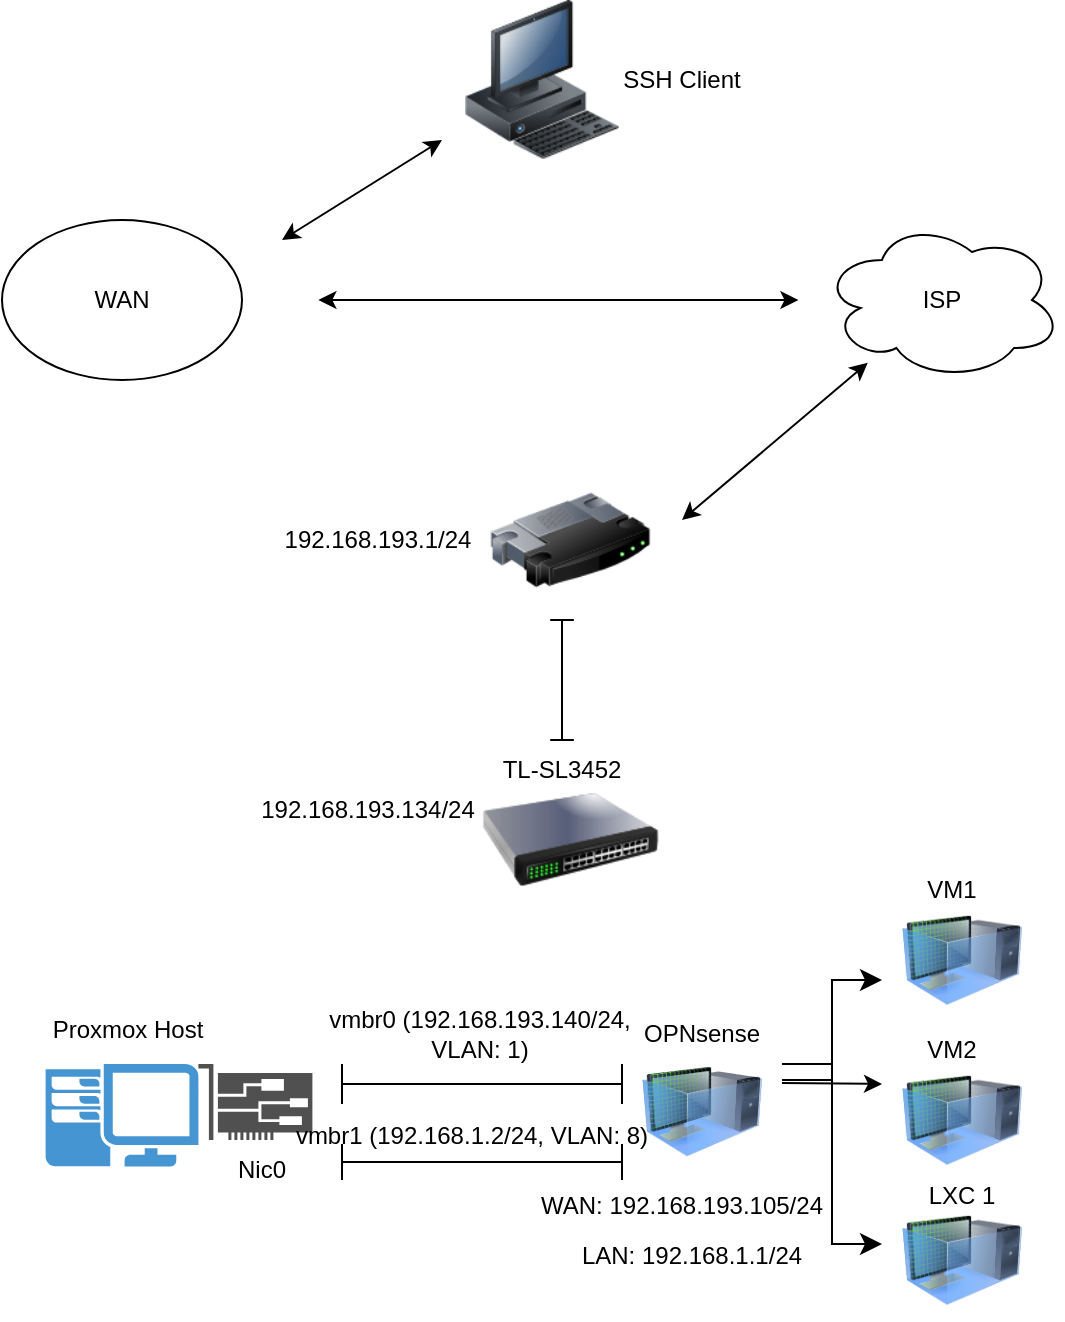
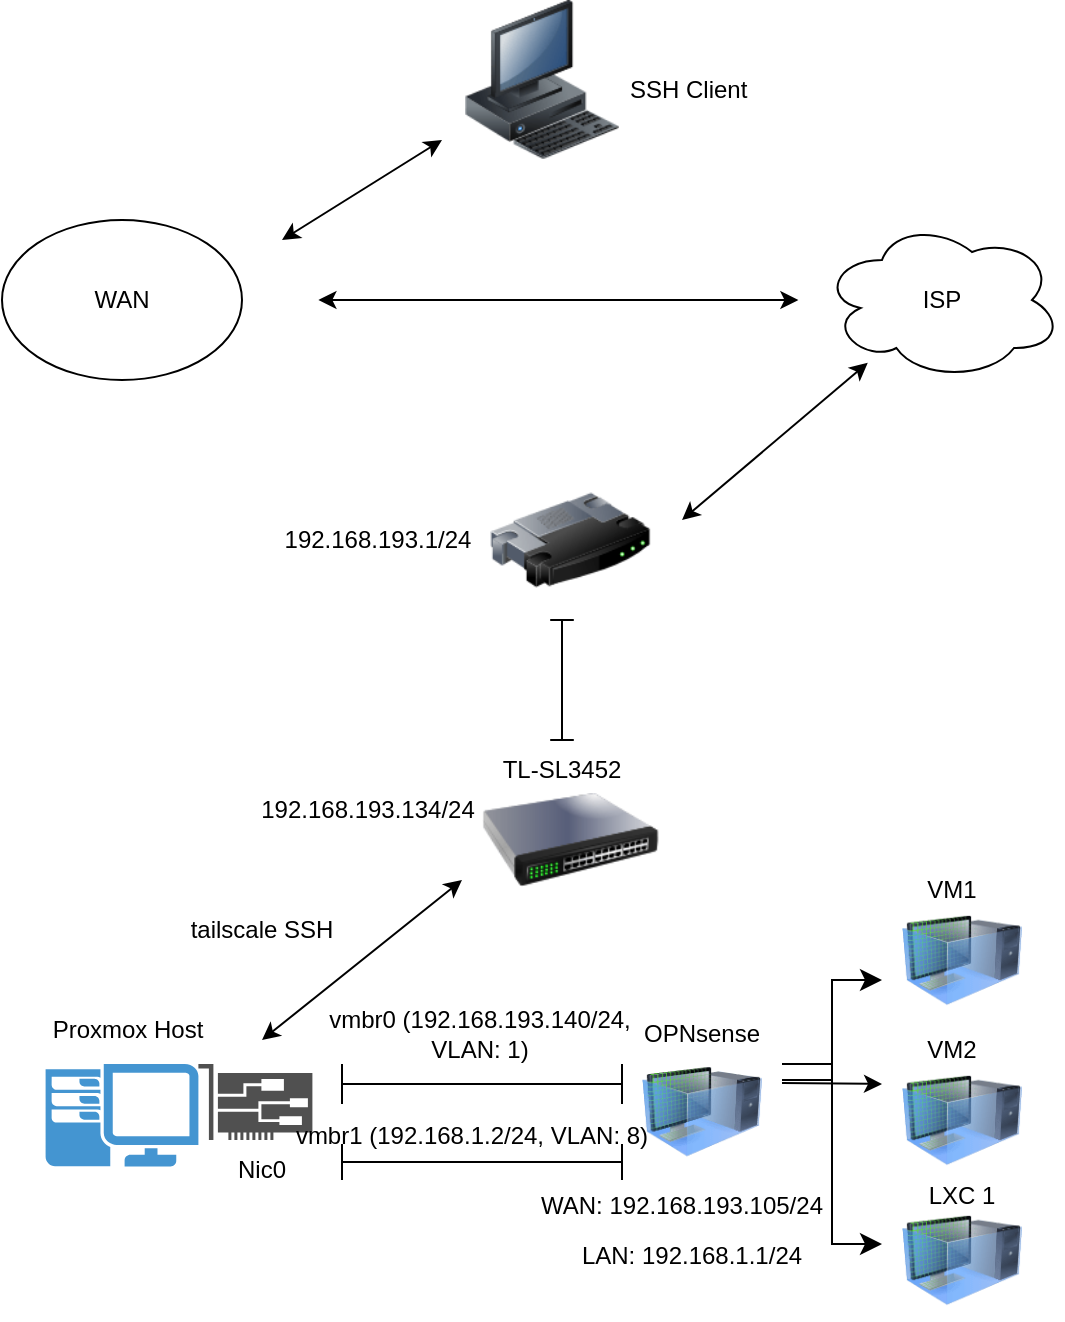
<mxfile host="app.diagrams.net">
  <diagram name="Page-1" id="zP4Ow8HyOkAsxJrq0pA5">
    <mxGraphModel dx="2054" dy="1183" grid="1" gridSize="10" guides="1" tooltips="1" connect="1" arrows="1" fold="1" page="1" pageScale="1" pageWidth="850" pageHeight="1100" math="0" shadow="0">
      <root>
        <mxCell id="0" />
        <mxCell id="1" parent="0" />
        <mxCell id="B65suDjGjgTJ9sO3S6Rg-1" parent="1" style="ellipse;whiteSpace=wrap;html=1;" value="WAN" vertex="1">
          <mxGeometry height="80" width="120" x="90" y="120" as="geometry" />
        </mxCell>
        <mxCell id="B65suDjGjgTJ9sO3S6Rg-2" parent="1" style="ellipse;shape=cloud;whiteSpace=wrap;html=1;" value="ISP" vertex="1">
          <mxGeometry height="80" width="120" x="500" y="120" as="geometry" />
        </mxCell>
        <mxCell id="B65suDjGjgTJ9sO3S6Rg-4" edge="1" parent="1" style="endArrow=classic;html=1;rounded=0;endFill=1;startArrow=classic;startFill=1;" value="">
          <mxGeometry height="50" relative="1" width="50" as="geometry">
            <mxPoint x="248.2" y="160" as="sourcePoint" />
            <mxPoint x="488.2" y="160" as="targetPoint" />
          </mxGeometry>
        </mxCell>
        <mxCell id="B65suDjGjgTJ9sO3S6Rg-5" parent="1" style="image;html=1;image=img/lib/clip_art/computers/Workstation_128x128.png" value="" vertex="1">
          <mxGeometry height="80" width="80" x="320" y="10" as="geometry" />
        </mxCell>
        <mxCell id="B65suDjGjgTJ9sO3S6Rg-6" parent="1" style="image;html=1;image=img/lib/clip_art/networking/Router_128x128.png" value="" vertex="1">
          <mxGeometry height="80" width="80" x="334.09999999999997" y="240" as="geometry" />
        </mxCell>
        <mxCell id="B65suDjGjgTJ9sO3S6Rg-7" parent="1" style="image;html=1;image=img/lib/clip_art/networking/Switch_128x128.png" value="" vertex="1">
          <mxGeometry height="80" width="88.2" x="330" y="390" as="geometry" />
        </mxCell>
        <mxCell id="B65suDjGjgTJ9sO3S6Rg-8" parent="1" style="pointerEvents=1;shadow=0;dashed=0;html=1;strokeColor=none;fillColor=#4495D1;labelPosition=center;verticalLabelPosition=bottom;verticalAlign=top;align=center;outlineConnect=0;shape=mxgraph.veeam.2d.workstation;" value="" vertex="1">
          <mxGeometry height="51.2" width="76.4" x="111.80000000000001" y="542" as="geometry" />
        </mxCell>
        <mxCell id="B65suDjGjgTJ9sO3S6Rg-9" parent="1" style="sketch=0;pointerEvents=1;shadow=0;dashed=0;html=1;strokeColor=none;fillColor=#505050;labelPosition=center;verticalLabelPosition=bottom;verticalAlign=top;outlineConnect=0;align=center;shape=mxgraph.office.devices.nic;" value="" vertex="1">
          <mxGeometry height="38" width="57" x="188.2" y="542" as="geometry" />
        </mxCell>
        <mxCell id="PM2nW5d5bkd0yUUsg2_K-1" parent="1" style="image;html=1;image=img/lib/clip_art/computers/Virtual_Machine_128x128.png" value="" vertex="1">
          <mxGeometry height="65" width="60" x="410" y="533.2" as="geometry" />
        </mxCell>
        <mxCell id="PM2nW5d5bkd0yUUsg2_K-2" parent="1" style="image;html=1;image=img/lib/clip_art/computers/Virtual_Machine_128x128.png" value="" vertex="1">
          <mxGeometry height="60" width="60" x="540" y="460" as="geometry" />
        </mxCell>
        <mxCell id="PM2nW5d5bkd0yUUsg2_K-3" parent="1" style="image;html=1;image=img/lib/clip_art/computers/Virtual_Machine_128x128.png" value="" vertex="1">
          <mxGeometry height="60" width="60" x="540" y="540" as="geometry" />
        </mxCell>
        <mxCell id="PM2nW5d5bkd0yUUsg2_K-4" parent="1" style="image;html=1;image=img/lib/clip_art/computers/Virtual_Machine_128x128.png" value="" vertex="1">
          <mxGeometry height="60" width="60" x="540" y="610" as="geometry" />
        </mxCell>
        <mxCell id="PM2nW5d5bkd0yUUsg2_K-5" parent="1" style="text;html=1;whiteSpace=wrap;strokeColor=none;fillColor=none;align=center;verticalAlign=middle;rounded=0;autosize=1;resizable=0;" value="TL-SL3452" vertex="1">
          <mxGeometry height="30" width="80" x="330" y="380" as="geometry" />
        </mxCell>
        <mxCell id="PM2nW5d5bkd0yUUsg2_K-6" parent="1" style="text;html=1;whiteSpace=wrap;strokeColor=none;fillColor=none;align=center;verticalAlign=middle;rounded=0;autosize=1;resizable=0;" value="192.168.193.134/24" vertex="1">
          <mxGeometry height="30" width="130" x="208.2" y="400" as="geometry" />
        </mxCell>
        <mxCell id="PM2nW5d5bkd0yUUsg2_K-7" parent="1" style="text;html=1;whiteSpace=wrap;strokeColor=none;fillColor=none;align=center;verticalAlign=middle;rounded=0;autosize=1;resizable=0;" value="Proxmox Host" vertex="1">
          <mxGeometry height="30" width="100" x="103.4" y="510" as="geometry" />
        </mxCell>
        <mxCell id="PM2nW5d5bkd0yUUsg2_K-8" edge="1" parent="1" style="endArrow=classic;html=1;rounded=0;endFill=1;startArrow=classic;startFill=1;" target="B65suDjGjgTJ9sO3S6Rg-2" value="">
          <mxGeometry height="50" relative="1" width="50" as="geometry">
            <mxPoint x="430" y="270" as="sourcePoint" />
            <mxPoint x="710" y="260" as="targetPoint" />
          </mxGeometry>
        </mxCell>
        <mxCell id="PM2nW5d5bkd0yUUsg2_K-9" parent="1" style="text;html=1;whiteSpace=wrap;strokeColor=none;fillColor=none;align=center;verticalAlign=middle;rounded=0;autosize=1;resizable=0;" value="192.168.193.1/24" vertex="1">
          <mxGeometry height="30" width="120" x="218.2" y="265" as="geometry" />
        </mxCell>
        <mxCell id="PM2nW5d5bkd0yUUsg2_K-10" parent="1" style="shape=crossbar;whiteSpace=wrap;html=1;rounded=1;direction=south;" value="" vertex="1">
          <mxGeometry height="60" width="11.8" x="364.09999999999997" y="320" as="geometry" />
        </mxCell>
        <mxCell id="PM2nW5d5bkd0yUUsg2_K-13" parent="1" style="shape=crossbar;whiteSpace=wrap;html=1;rounded=1;" value="" vertex="1">
          <mxGeometry height="20" width="140" x="260" y="542" as="geometry" />
        </mxCell>
        <mxCell id="PM2nW5d5bkd0yUUsg2_K-14" parent="1" style="shape=crossbar;whiteSpace=wrap;html=1;rounded=1;" value="" vertex="1">
          <mxGeometry height="18" width="140" x="260" y="582" as="geometry" />
        </mxCell>
        <mxCell id="PM2nW5d5bkd0yUUsg2_K-15" parent="1" style="text;html=1;whiteSpace=wrap;strokeColor=none;fillColor=none;align=center;verticalAlign=middle;rounded=0;autosize=1;resizable=0;" value="vmbr0 (192.168.193.140/24,&lt;br&gt;VLAN: 1)" vertex="1">
          <mxGeometry height="40" width="170" x="244.10000000000002" y="507" as="geometry" />
        </mxCell>
        <mxCell id="PM2nW5d5bkd0yUUsg2_K-16" parent="1" style="text;html=1;whiteSpace=wrap;strokeColor=none;fillColor=none;align=center;verticalAlign=middle;rounded=0;autosize=1;resizable=0;" value="vmbr1 (192.168.1.2/24, VLAN: 8)" vertex="1">
          <mxGeometry height="30" width="200" x="225.10000000000002" y="563.2" as="geometry" />
        </mxCell>
        <mxCell id="PM2nW5d5bkd0yUUsg2_K-17" parent="1" style="text;html=1;whiteSpace=wrap;strokeColor=none;fillColor=none;align=center;verticalAlign=middle;rounded=0;autosize=1;resizable=0;" value="Nic0" vertex="1">
          <mxGeometry height="30" width="50" x="195.20000000000002" y="580" as="geometry" />
        </mxCell>
        <mxCell id="PM2nW5d5bkd0yUUsg2_K-19" edge="1" parent="1" style="edgeStyle=elbowEdgeStyle;elbow=horizontal;endArrow=classic;html=1;curved=0;rounded=0;endSize=8;startSize=8;" value="">
          <mxGeometry height="50" relative="1" width="50" as="geometry">
            <Array as="points">
              <mxPoint x="505" y="542" />
            </Array>
            <mxPoint x="480" y="550" as="sourcePoint" />
            <mxPoint x="530" y="500" as="targetPoint" />
          </mxGeometry>
        </mxCell>
        <mxCell id="PM2nW5d5bkd0yUUsg2_K-21" edge="1" parent="1" style="endArrow=classic;html=1;rounded=0;" value="">
          <mxGeometry height="50" relative="1" width="50" as="geometry">
            <mxPoint x="480" y="551.5" as="sourcePoint" />
            <mxPoint x="530" y="552" as="targetPoint" />
          </mxGeometry>
        </mxCell>
        <mxCell id="PM2nW5d5bkd0yUUsg2_K-22" edge="1" parent="1" style="edgeStyle=elbowEdgeStyle;elbow=horizontal;endArrow=classic;html=1;curved=0;rounded=0;endSize=8;startSize=8;" value="">
          <mxGeometry height="50" relative="1" width="50" as="geometry">
            <Array as="points" />
            <mxPoint x="480" y="542" as="sourcePoint" />
            <mxPoint x="530" y="632" as="targetPoint" />
          </mxGeometry>
        </mxCell>
        <mxCell id="PM2nW5d5bkd0yUUsg2_K-24" parent="1" style="text;html=1;whiteSpace=wrap;strokeColor=none;fillColor=none;align=center;verticalAlign=middle;rounded=0;autosize=1;resizable=0;" value="VM1" vertex="1">
          <mxGeometry height="30" width="50" x="540" y="440" as="geometry" />
        </mxCell>
        <mxCell id="PM2nW5d5bkd0yUUsg2_K-26" parent="1" style="text;html=1;whiteSpace=wrap;strokeColor=none;fillColor=none;align=center;verticalAlign=middle;rounded=0;autosize=1;resizable=0;" value="LXC 1" vertex="1">
          <mxGeometry height="30" width="60" x="540" y="593.2" as="geometry" />
        </mxCell>
        <mxCell id="PM2nW5d5bkd0yUUsg2_K-27" parent="1" style="text;html=1;whiteSpace=wrap;strokeColor=none;fillColor=none;align=center;verticalAlign=middle;rounded=0;autosize=1;resizable=0;" value="VM2" vertex="1">
          <mxGeometry height="30" width="50" x="540" y="520" as="geometry" />
        </mxCell>
-         <mxCell id="PM2nW5d5bkd0yUUsg2_K-28" parent="1" style="text;html=1;whiteSpace=wrap;strokeColor=none;fillColor=none;align=center;verticalAlign=middle;rounded=0;autosize=1;resizable=0;" value="SSH Client" vertex="1">
-           <mxGeometry height="30" width="80" x="390" y="35" as="geometry" />
+         <mxCell id="PM2nW5d5bkd0yUUsg2_K-28" parent="1" style="text;html=1;whiteSpace=wrap;strokeColor=none;fillColor=none;align=center;verticalAlign=middle;rounded=0;autosize=1;resizable=0;" value="SSH Client&amp;nbsp;" vertex="1">
+           <mxGeometry height="30" width="90" x="390" y="40" as="geometry" />
        </mxCell>
        <mxCell id="PM2nW5d5bkd0yUUsg2_K-30" edge="1" parent="1" style="endArrow=classic;startArrow=classic;html=1;rounded=0;" value="">
          <mxGeometry height="50" relative="1" width="50" as="geometry">
            <Array as="points" />
            <mxPoint x="230" y="130" as="sourcePoint" />
            <mxPoint x="310" y="80" as="targetPoint" />
          </mxGeometry>
        </mxCell>
        <mxCell id="kem1zRPGPsAIqGzyxt5z-1" parent="1" style="text;html=1;whiteSpace=wrap;strokeColor=none;fillColor=none;align=center;verticalAlign=middle;rounded=0;autosize=1;resizable=0;" value="OPNsense" vertex="1">
          <mxGeometry height="30" width="80" x="400" y="512" as="geometry" />
        </mxCell>
        <mxCell id="kem1zRPGPsAIqGzyxt5z-2" parent="1" style="text;html=1;whiteSpace=wrap;strokeColor=none;fillColor=none;align=center;verticalAlign=middle;rounded=0;autosize=1;resizable=0;" value="WAN: 192.168.193.105/24" vertex="1">
          <mxGeometry height="30" width="160" x="350" y="598.2" as="geometry" />
        </mxCell>
        <mxCell id="kem1zRPGPsAIqGzyxt5z-3" parent="1" style="text;html=1;whiteSpace=wrap;strokeColor=none;fillColor=none;align=center;verticalAlign=middle;rounded=0;autosize=1;resizable=0;" value="LAN: 192.168.1.1/24" vertex="1">
          <mxGeometry height="30" width="130" x="370" y="623.2" as="geometry" />
        </mxCell>
+         <mxCell id="kem1zRPGPsAIqGzyxt5z-8" edge="1" parent="1" style="endArrow=classic;html=1;rounded=0;startArrow=classic;startFill=1;endFill=1;" value="">
+           <mxGeometry height="50" relative="1" width="50" as="geometry">
+             <mxPoint x="220" y="530" as="sourcePoint" />
+             <mxPoint x="320" y="450" as="targetPoint" />
+           </mxGeometry>
+         </mxCell>
+         <mxCell id="kem1zRPGPsAIqGzyxt5z-9" parent="1" style="text;html=1;whiteSpace=wrap;strokeColor=none;fillColor=none;align=center;verticalAlign=middle;rounded=0;autosize=1;resizable=0;" value="tailscale SSH" vertex="1">
+           <mxGeometry height="30" width="90" x="175.2" y="460" as="geometry" />
+         </mxCell>
      </root>
    </mxGraphModel>
  </diagram>
</mxfile>
